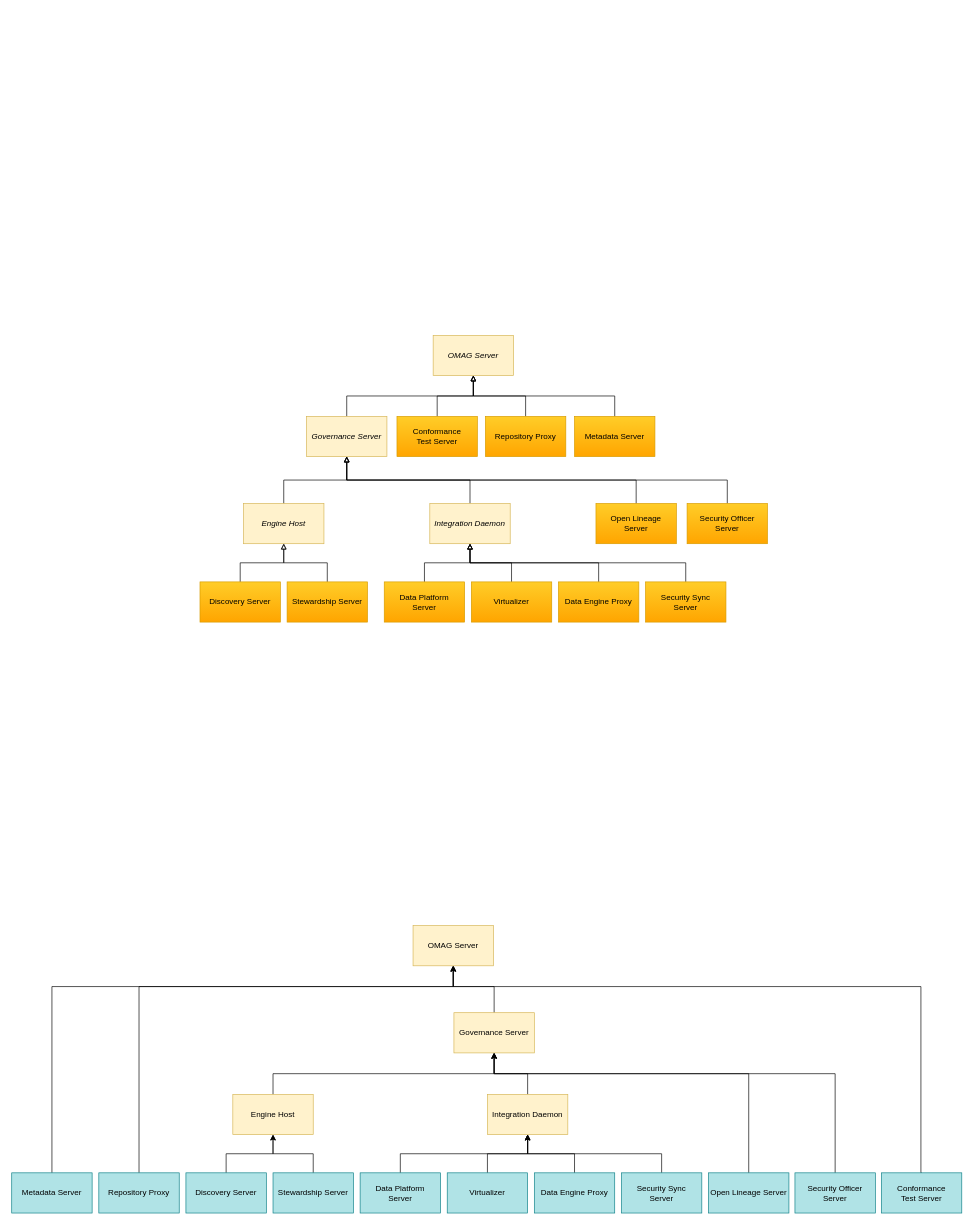
Above: page "server-personalities-hierarchy" (3 of 24) of open-metadata-publication/website/images/egeria-website-images.drawio in planetf1/egeria (draw.io), before the change. Source tidied: cells renumbered, new cells numbered last; positions are measured from the earlier drawing's top-left corner, leaving out a move shared by most shapes. Both pictures are drawn from the tidied source at 67%, with x=0, y=0 at pixel (11, 335).
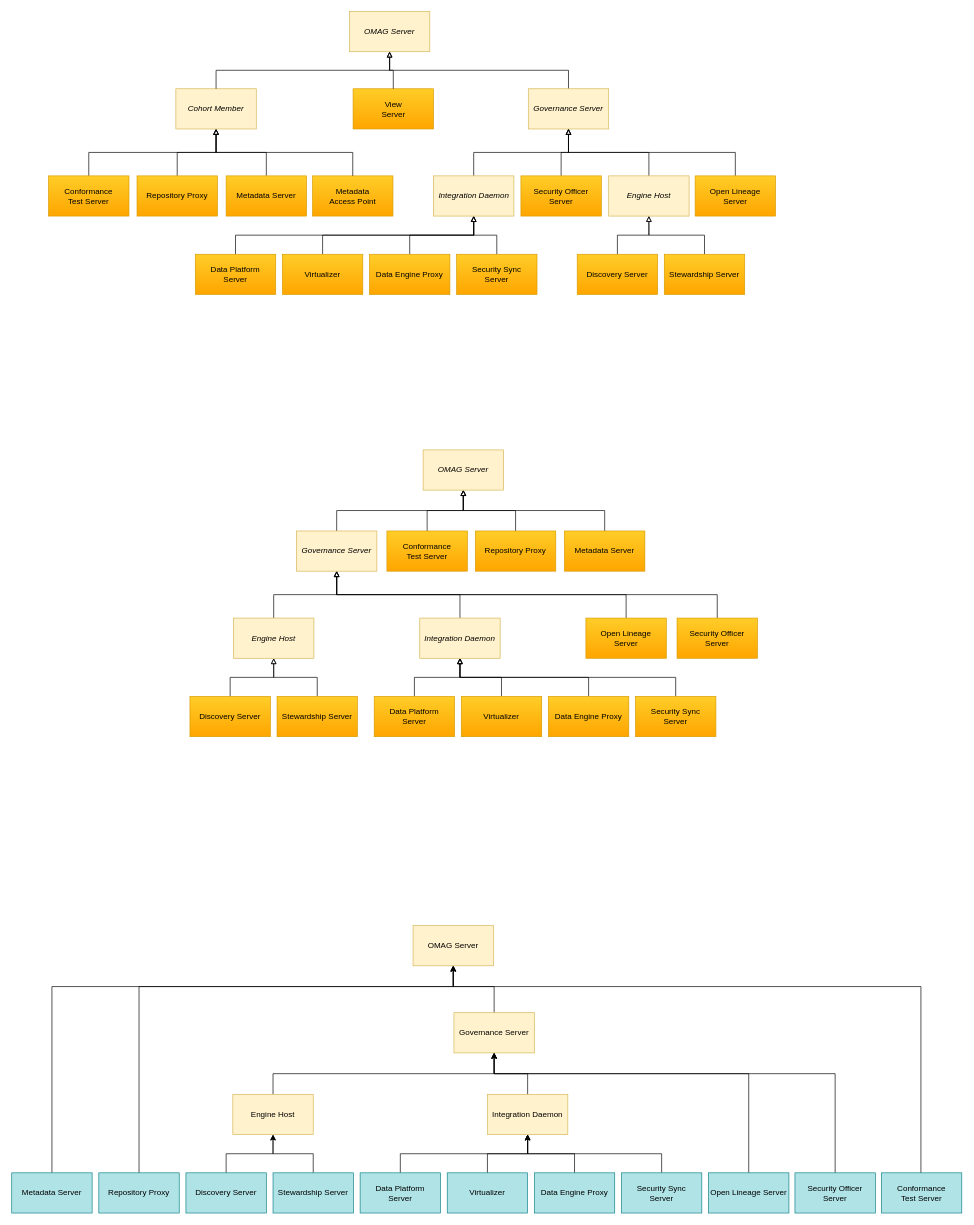
The same diagram, later.

The edit, as a diff of the source:
```diff
@@
     <mxCell id="3" value="Engine Host" style="rounded=0;whiteSpace=wrap;html=1;fillColor=#fff2cc;strokeColor=#d6b656;fontStyle=2;" parent="1" vertex="1">
-      <mxGeometry x="346" y="251" width="120" height="60" as="geometry" />
+      <mxGeometry x="331" y="422" width="120" height="60" as="geometry" />
     </mxCell>
@@
     <mxCell id="5" value="Virtualizer" style="rounded=0;whiteSpace=wrap;html=1;fillColor=#ffcd28;strokeColor=#d79b00;gradientColor=#ffa500;" parent="1" vertex="1">
-      <mxGeometry x="686" y="368" width="120" height="60" as="geometry" />
+      <mxGeometry x="671" y="539" width="120" height="60" as="geometry" />
     </mxCell>
@@
     <mxCell id="7" value="Security Sync&lt;br&gt;Server&lt;br&gt;" style="rounded=0;whiteSpace=wrap;html=1;fillColor=#ffcd28;strokeColor=#d79b00;gradientColor=#ffa500;" parent="1" vertex="1">
-      <mxGeometry x="946" y="368" width="120" height="60" as="geometry" />
+      <mxGeometry x="931" y="539" width="120" height="60" as="geometry" />
     </mxCell>
@@
     <mxCell id="9" value="Discovery Server&lt;br&gt;" style="rounded=0;whiteSpace=wrap;html=1;fillColor=#ffcd28;strokeColor=#d79b00;gradientColor=#ffa500;" parent="1" vertex="1">
-      <mxGeometry x="281" y="368" width="120" height="60" as="geometry" />
+      <mxGeometry x="266" y="539" width="120" height="60" as="geometry" />
     </mxCell>
@@
     <mxCell id="11" value="Stewardship Server&lt;br&gt;" style="rounded=0;whiteSpace=wrap;html=1;fillColor=#ffcd28;strokeColor=#d79b00;gradientColor=#ffa500;" parent="1" vertex="1">
-      <mxGeometry x="411" y="368" width="120" height="60" as="geometry" />
+      <mxGeometry x="396" y="539" width="120" height="60" as="geometry" />
     </mxCell>
@@
     <mxCell id="13" value="Conformance&lt;br&gt;Test Server" style="rounded=0;whiteSpace=wrap;html=1;fillColor=#ffcd28;strokeColor=#d79b00;gradientColor=#ffa500;" parent="1" vertex="1">
-      <mxGeometry x="575" y="121" width="120" height="60" as="geometry" />
+      <mxGeometry x="560" y="292" width="120" height="60" as="geometry" />
     </mxCell>
@@
     <mxCell id="15" value="Repository Proxy" style="rounded=0;whiteSpace=wrap;html=1;fillColor=#ffcd28;strokeColor=#d79b00;gradientColor=#ffa500;" parent="1" vertex="1">
-      <mxGeometry x="707" y="121" width="120" height="60" as="geometry" />
+      <mxGeometry x="692" y="292" width="120" height="60" as="geometry" />
     </mxCell>
@@
     <mxCell id="17" value="Governance Server" style="rounded=0;whiteSpace=wrap;html=1;fillColor=#fff2cc;strokeColor=#d6b656;fontStyle=2;" parent="1" vertex="1">
-      <mxGeometry x="440" y="121" width="120" height="60" as="geometry" />
+      <mxGeometry x="425" y="292" width="120" height="60" as="geometry" />
     </mxCell>
@@
     <mxCell id="19" value="Metadata Server" style="rounded=0;whiteSpace=wrap;html=1;fillColor=#ffcd28;strokeColor=#d79b00;gradientColor=#ffa500;" parent="1" vertex="1">
-      <mxGeometry x="840" y="121" width="120" height="60" as="geometry" />
+      <mxGeometry x="825" y="292" width="120" height="60" as="geometry" />
     </mxCell>
@@
     <mxCell id="21" value="Security Officer Server" style="rounded=0;whiteSpace=wrap;html=1;fillColor=#ffcd28;strokeColor=#d79b00;gradientColor=#ffa500;" parent="1" vertex="1">
-      <mxGeometry x="1008" y="251" width="120" height="60" as="geometry" />
+      <mxGeometry x="993" y="422" width="120" height="60" as="geometry" />
     </mxCell>
@@
     <mxCell id="23" value="Data Engine Proxy" style="rounded=0;whiteSpace=wrap;html=1;fillColor=#ffcd28;strokeColor=#d79b00;gradientColor=#ffa500;" parent="1" vertex="1">
-      <mxGeometry x="816" y="368" width="120" height="60" as="geometry" />
+      <mxGeometry x="801" y="539" width="120" height="60" as="geometry" />
     </mxCell>
@@
     <mxCell id="25" value="Data Platform&lt;br&gt;Server" style="rounded=0;whiteSpace=wrap;html=1;fillColor=#ffcd28;strokeColor=#d79b00;gradientColor=#ffa500;" parent="1" vertex="1">
-      <mxGeometry x="556" y="368" width="120" height="60" as="geometry" />
+      <mxGeometry x="541" y="539" width="120" height="60" as="geometry" />
     </mxCell>
@@
     <mxCell id="27" value="Open Lineage&lt;br&gt;Server" style="rounded=0;whiteSpace=wrap;html=1;fillColor=#ffcd28;strokeColor=#d79b00;gradientColor=#ffa500;" parent="1" vertex="1">
-      <mxGeometry x="872" y="251" width="120" height="60" as="geometry" />
+      <mxGeometry x="857" y="422" width="120" height="60" as="geometry" />
     </mxCell>
     <mxCell id="28" value="OMAG Server" style="rounded=0;whiteSpace=wrap;html=1;fillColor=#fff2cc;strokeColor=#d6b656;fontStyle=2;" parent="1" vertex="1">
-      <mxGeometry x="629" width="120" height="60" as="geometry" />
+      <mxGeometry x="614" y="171" width="120" height="60" as="geometry" />
     </mxCell>
@@
     <mxCell id="30" value="Integration Daemon" style="rounded=0;whiteSpace=wrap;html=1;fillColor=#fff2cc;strokeColor=#d6b656;fontStyle=2;" parent="1" vertex="1">
-      <mxGeometry x="624" y="251" width="120" height="60" as="geometry" />
+      <mxGeometry x="609" y="422" width="120" height="60" as="geometry" />
     </mxCell>
@@
+    <mxCell id="60" style="edgeStyle=orthogonalEdgeStyle;rounded=0;jettySize=auto;html=1;exitX=0.5;exitY=0;exitDx=0;exitDy=0;endArrow=block;endFill=0;" parent="1" edge="1" source="61" target="75">
+      <mxGeometry relative="1" as="geometry" />
+    </mxCell>
+    <mxCell id="61" value="Engine Host" style="rounded=0;whiteSpace=wrap;html=1;fillColor=#fff2cc;strokeColor=#d6b656;fontStyle=2;" parent="1" vertex="1">
+      <mxGeometry x="891" y="-238" width="120" height="60" as="geometry" />
+    </mxCell>
+    <mxCell id="62" style="edgeStyle=orthogonalEdgeStyle;rounded=0;jettySize=auto;html=1;exitX=0.5;exitY=0;exitDx=0;exitDy=0;entryX=0.5;entryY=1;entryDx=0;entryDy=0;endArrow=block;endFill=0;" parent="1" edge="1" source="63" target="88">
+      <mxGeometry relative="1" as="geometry" />
+    </mxCell>
+    <mxCell id="63" value="Virtualizer" style="rounded=0;whiteSpace=wrap;html=1;fillColor=#ffcd28;strokeColor=#d79b00;gradientColor=#ffa500;" parent="1" vertex="1">
+      <mxGeometry x="404" y="-121" width="120" height="60" as="geometry" />
+    </mxCell>
+    <mxCell id="64" style="edgeStyle=orthogonalEdgeStyle;rounded=0;jettySize=auto;html=1;exitX=0.5;exitY=0;exitDx=0;exitDy=0;entryX=0.5;entryY=1;entryDx=0;entryDy=0;endArrow=block;endFill=0;" parent="1" edge="1" source="65" target="88">
+      <mxGeometry relative="1" as="geometry" />
+    </mxCell>
+    <mxCell id="65" value="Security Sync&lt;br&gt;Server&lt;br&gt;" style="rounded=0;whiteSpace=wrap;html=1;fillColor=#ffcd28;strokeColor=#d79b00;gradientColor=#ffa500;" parent="1" vertex="1">
+      <mxGeometry x="664" y="-121" width="120" height="60" as="geometry" />
+    </mxCell>
+    <mxCell id="66" style="edgeStyle=orthogonalEdgeStyle;rounded=0;jettySize=auto;html=1;exitX=0.5;exitY=0;exitDx=0;exitDy=0;entryX=0.5;entryY=1;entryDx=0;entryDy=0;endArrow=block;endFill=0;" parent="1" edge="1" source="67" target="61">
+      <mxGeometry relative="1" as="geometry" />
+    </mxCell>
+    <mxCell id="67" value="Discovery Server&lt;br&gt;" style="rounded=0;whiteSpace=wrap;html=1;fillColor=#ffcd28;strokeColor=#d79b00;gradientColor=#ffa500;" parent="1" vertex="1">
+      <mxGeometry x="844" y="-121" width="120" height="60" as="geometry" />
+    </mxCell>
+    <mxCell id="68" style="edgeStyle=orthogonalEdgeStyle;rounded=0;jettySize=auto;html=1;exitX=0.5;exitY=0;exitDx=0;exitDy=0;entryX=0.5;entryY=1;entryDx=0;entryDy=0;endArrow=block;endFill=0;" parent="1" edge="1" source="69" target="61">
+      <mxGeometry relative="1" as="geometry" />
+    </mxCell>
+    <mxCell id="69" value="Stewardship Server&lt;br&gt;" style="rounded=0;whiteSpace=wrap;html=1;fillColor=#ffcd28;strokeColor=#d79b00;gradientColor=#ffa500;" parent="1" vertex="1">
+      <mxGeometry x="974" y="-121" width="120" height="60" as="geometry" />
+    </mxCell>
+    <mxCell id="70" style="edgeStyle=orthogonalEdgeStyle;rounded=0;jettySize=auto;html=1;exitX=0.5;exitY=0;exitDx=0;exitDy=0;entryX=0.5;entryY=1;entryDx=0;entryDy=0;endArrow=block;endFill=0;" parent="1" edge="1" source="71" target="86">
+      <mxGeometry relative="1" as="geometry" />
+    </mxCell>
+    <mxCell id="71" value="Conformance&lt;br&gt;Test Server" style="rounded=0;whiteSpace=wrap;html=1;fillColor=#ffcd28;strokeColor=#d79b00;gradientColor=#ffa500;" parent="1" vertex="1">
+      <mxGeometry x="55" y="-238" width="120" height="60" as="geometry" />
+    </mxCell>
+    <mxCell id="72" style="edgeStyle=orthogonalEdgeStyle;rounded=0;jettySize=auto;html=1;exitX=0.5;exitY=0;exitDx=0;exitDy=0;entryX=0.5;entryY=1;entryDx=0;entryDy=0;endArrow=block;endFill=0;" parent="1" edge="1" source="73" target="86">
+      <mxGeometry relative="1" as="geometry" />
+    </mxCell>
+    <mxCell id="73" value="Repository Proxy" style="rounded=0;whiteSpace=wrap;html=1;fillColor=#ffcd28;strokeColor=#d79b00;gradientColor=#ffa500;" parent="1" vertex="1">
+      <mxGeometry x="187" y="-238" width="120" height="60" as="geometry" />
+    </mxCell>
+    <mxCell id="74" style="edgeStyle=orthogonalEdgeStyle;rounded=0;jettySize=auto;html=1;exitX=0.5;exitY=0;exitDx=0;exitDy=0;endArrow=block;endFill=0;" parent="1" edge="1" source="75" target="89">
+      <mxGeometry relative="1" as="geometry" />
+    </mxCell>
+    <mxCell id="75" value="Governance Server" style="rounded=0;whiteSpace=wrap;html=1;fillColor=#fff2cc;strokeColor=#d6b656;fontStyle=2;" parent="1" vertex="1">
+      <mxGeometry x="771" y="-368" width="120" height="60" as="geometry" />
+    </mxCell>
+    <mxCell id="76" style="edgeStyle=orthogonalEdgeStyle;rounded=0;jettySize=auto;html=1;exitX=0.5;exitY=0;exitDx=0;exitDy=0;entryX=0.5;entryY=1;entryDx=0;entryDy=0;endArrow=block;endFill=0;" parent="1" edge="1" source="77" target="86">
+      <mxGeometry relative="1" as="geometry" />
+    </mxCell>
+    <mxCell id="77" value="Metadata Server" style="rounded=0;whiteSpace=wrap;html=1;fillColor=#ffcd28;strokeColor=#d79b00;gradientColor=#ffa500;" parent="1" vertex="1">
+      <mxGeometry x="320" y="-238" width="120" height="60" as="geometry" />
+    </mxCell>
+    <mxCell id="78" style="edgeStyle=orthogonalEdgeStyle;rounded=0;jettySize=auto;html=1;exitX=0.5;exitY=0;exitDx=0;exitDy=0;entryX=0.5;entryY=1;entryDx=0;entryDy=0;endArrow=block;endFill=0;" parent="1" edge="1" source="79" target="75">
+      <mxGeometry relative="1" as="geometry" />
+    </mxCell>
+    <mxCell id="79" value="Security Officer Server" style="rounded=0;whiteSpace=wrap;html=1;fillColor=#ffcd28;strokeColor=#d79b00;gradientColor=#ffa500;" parent="1" vertex="1">
+      <mxGeometry x="760" y="-238" width="120" height="60" as="geometry" />
+    </mxCell>
+    <mxCell id="80" style="edgeStyle=orthogonalEdgeStyle;rounded=0;jettySize=auto;html=1;exitX=0.5;exitY=0;exitDx=0;exitDy=0;entryX=0.5;entryY=1;entryDx=0;entryDy=0;endArrow=block;endFill=0;" parent="1" edge="1" source="81" target="88">
+      <mxGeometry relative="1" as="geometry" />
+    </mxCell>
+    <mxCell id="81" value="Data Engine Proxy" style="rounded=0;whiteSpace=wrap;html=1;fillColor=#ffcd28;strokeColor=#d79b00;gradientColor=#ffa500;" parent="1" vertex="1">
+      <mxGeometry x="534" y="-121" width="120" height="60" as="geometry" />
+    </mxCell>
+    <mxCell id="82" style="edgeStyle=orthogonalEdgeStyle;rounded=0;jettySize=auto;html=1;exitX=0.5;exitY=0;exitDx=0;exitDy=0;endArrow=block;endFill=0;" parent="1" edge="1" source="83" target="88">
+      <mxGeometry relative="1" as="geometry" />
+    </mxCell>
+    <mxCell id="83" value="Data Platform&lt;br&gt;Server" style="rounded=0;whiteSpace=wrap;html=1;fillColor=#ffcd28;strokeColor=#d79b00;gradientColor=#ffa500;" parent="1" vertex="1">
+      <mxGeometry x="274" y="-121" width="120" height="60" as="geometry" />
+    </mxCell>
+    <mxCell id="84" style="edgeStyle=orthogonalEdgeStyle;rounded=0;jettySize=auto;html=1;exitX=0.5;exitY=0;exitDx=0;exitDy=0;entryX=0.5;entryY=1;entryDx=0;entryDy=0;endArrow=block;endFill=0;" parent="1" edge="1" source="85" target="75">
+      <mxGeometry relative="1" as="geometry" />
+    </mxCell>
+    <mxCell id="85" value="Open Lineage&lt;br&gt;Server" style="rounded=0;whiteSpace=wrap;html=1;fillColor=#ffcd28;strokeColor=#d79b00;gradientColor=#ffa500;" parent="1" vertex="1">
+      <mxGeometry x="1020" y="-238" width="120" height="60" as="geometry" />
+    </mxCell>
+    <mxCell id="86" value="Cohort Member" style="rounded=0;whiteSpace=wrap;html=1;fillColor=#fff2cc;strokeColor=#d6b656;fontStyle=2;" parent="1" vertex="1">
+      <mxGeometry x="245" y="-368" width="120" height="60" as="geometry" />
+    </mxCell>
+    <mxCell id="87" style="edgeStyle=orthogonalEdgeStyle;rounded=0;jettySize=auto;html=1;exitX=0.5;exitY=0;exitDx=0;exitDy=0;endArrow=block;endFill=0;" parent="1" edge="1" source="88" target="75">
+      <mxGeometry relative="1" as="geometry" />
+    </mxCell>
+    <mxCell id="88" value="Integration Daemon" style="rounded=0;whiteSpace=wrap;html=1;fillColor=#fff2cc;strokeColor=#d6b656;fontStyle=2;" parent="1" vertex="1">
+      <mxGeometry x="629.5" y="-238" width="120" height="60" as="geometry" />
+    </mxCell>
+    <mxCell id="89" value="OMAG Server" style="rounded=0;whiteSpace=wrap;html=1;fillColor=#fff2cc;strokeColor=#d6b656;fontStyle=2;" parent="1" vertex="1">
+      <mxGeometry x="504" y="-483.3" width="120" height="60" as="geometry" />
+    </mxCell>
+    <mxCell id="90" value="Metadata&lt;br&gt;Access Point" style="rounded=0;whiteSpace=wrap;html=1;fillColor=#ffcd28;strokeColor=#d79b00;gradientColor=#ffa500;" parent="1" vertex="1">
+      <mxGeometry x="449" y="-238" width="120" height="60" as="geometry" />
+    </mxCell>
+    <mxCell id="91" style="edgeStyle=orthogonalEdgeStyle;rounded=0;jettySize=auto;html=1;exitX=0.5;exitY=0;exitDx=0;exitDy=0;endArrow=block;endFill=0;entryX=0.5;entryY=1;entryDx=0;entryDy=0;" parent="1" edge="1" source="86" target="89">
+      <mxGeometry relative="1" as="geometry" />
+    </mxCell>
+    <mxCell id="92" style="edgeStyle=orthogonalEdgeStyle;rounded=0;jettySize=auto;html=1;exitX=0.5;exitY=0;exitDx=0;exitDy=0;entryX=0.5;entryY=1;entryDx=0;entryDy=0;endArrow=block;endFill=0;" parent="1" edge="1" source="90" target="86">
+      <mxGeometry relative="1" as="geometry" />
+    </mxCell>
+    <mxCell id="93" value="View&lt;br&gt;Server" style="rounded=0;whiteSpace=wrap;html=1;fillColor=#ffcd28;strokeColor=#d79b00;gradientColor=#ffa500;" parent="1" vertex="1">
+      <mxGeometry x="509.5" y="-368" width="120" height="60" as="geometry" />
+    </mxCell>
+    <mxCell id="94" style="edgeStyle=orthogonalEdgeStyle;rounded=0;jettySize=auto;html=1;endArrow=block;endFill=0;entryX=0.5;entryY=1;entryDx=0;entryDy=0;" parent="1" edge="1" source="93" target="89">
+      <mxGeometry relative="1" as="geometry" />
+    </mxCell>
```
